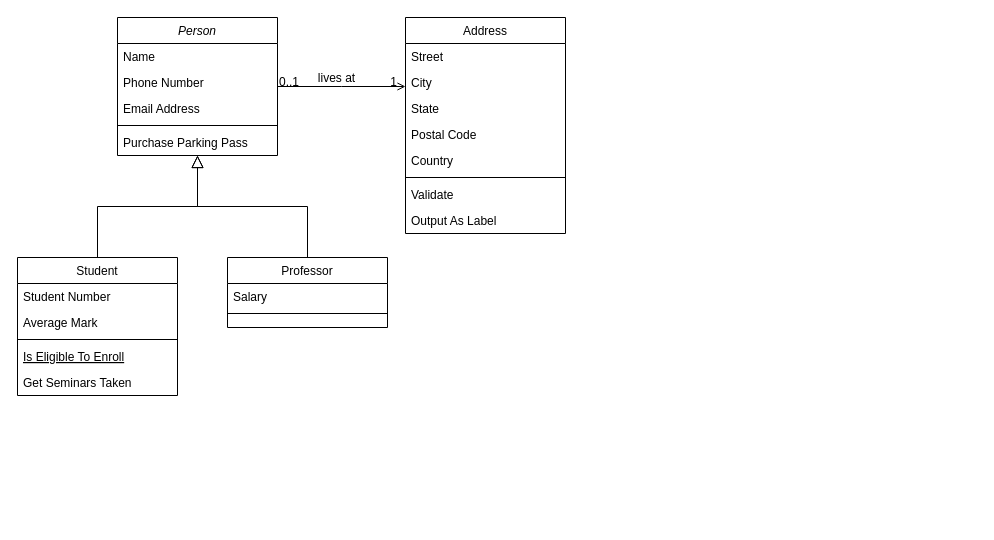
linking314/hello-world keeps this draw.io diagram as Melee.drawio. Above is the earlier version. Source tidied: cells renumbered, new cells numbered last; positions are measured from the earlier drawing's top-left corner, leaving out a move shared by most shapes. Both pictures are drawn from the tidied source at 100%, with x=0, y=0 at pixel (17, 17).
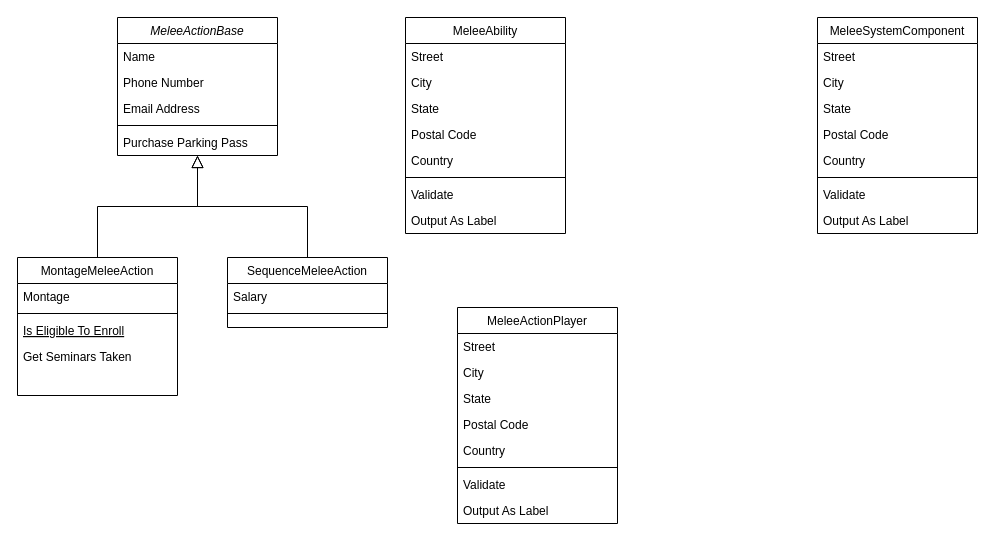
The same diagram, later.

Change to the diagram source:
```diff
@@
-    <mxCell id="2" value="Person" style="swimlane;fontStyle=2;align=center;verticalAlign=top;horizontal=1;startSize=26;rounded=0;shadow=0;strokeWidth=1;" parent="1" vertex="1">
+    <mxCell id="2" value="MeleeActionBase" style="swimlane;fontStyle=2;align=center;verticalAlign=top;horizontal=1;startSize=26;rounded=0;shadow=0;strokeWidth=1;" parent="1" vertex="1">
       <mxGeometry x="100" width="160" height="138" as="geometry" />
     </mxCell>
@@
-    <mxCell id="8" value="Student" style="swimlane;fontStyle=0;align=center;verticalAlign=top;horizontal=1;startSize=26;rounded=0;shadow=0;strokeWidth=1;" parent="1" vertex="1">
+    <mxCell id="8" value="MontageMeleeAction" style="swimlane;fontStyle=0;align=center;verticalAlign=top;horizontal=1;startSize=26;rounded=0;shadow=0;strokeWidth=1;" parent="1" vertex="1">
       <mxGeometry y="240" width="160" height="138" as="geometry" />
     </mxCell>
-    <mxCell id="9" value="Student Number" style="text;align=left;verticalAlign=top;spacingLeft=4;spacingRight=4;overflow=hidden;" parent="8" vertex="1">
+    <mxCell id="9" value="Montage" style="text;align=left;verticalAlign=top;spacingLeft=4;spacingRight=4;overflow=hidden;" parent="8" vertex="1">
       <mxGeometry y="26" width="160" height="26" as="geometry" />
     </mxCell>
-    <mxCell id="10" value="Average Mark" style="text;align=left;verticalAlign=top;spacingLeft=4;spacingRight=4;overflow=hidden;rounded=0;shadow=0;html=0;" parent="8" vertex="1">
-      <mxGeometry y="52" width="160" height="26" as="geometry" />
-    </mxCell>
     <mxCell id="11" style="line;html=1;strokeWidth=1;align=left;verticalAlign=middle;spacingTop=-1;spacingLeft=3;spacingRight=3;labelPosition=right;" parent="8" vertex="1">
-      <mxGeometry y="78" width="160" height="8" as="geometry" />
+      <mxGeometry y="52" width="160" height="8" as="geometry" />
     </mxCell>
     <mxCell id="12" value="Is Eligible To Enroll" style="text;align=left;verticalAlign=top;spacingLeft=4;spacingRight=4;overflow=hidden;fontStyle=4;" parent="8" vertex="1">
-      <mxGeometry y="86" width="160" height="26" as="geometry" />
+      <mxGeometry y="60" width="160" height="26" as="geometry" />
     </mxCell>
     <mxCell id="13" value="Get Seminars Taken" style="text;align=left;verticalAlign=top;spacingLeft=4;spacingRight=4;overflow=hidden;" parent="8" vertex="1">
-      <mxGeometry y="112" width="160" height="26" as="geometry" />
+      <mxGeometry y="86" width="160" height="26" as="geometry" />
     </mxCell>
@@
-    <mxCell id="15" value="Professor" style="swimlane;fontStyle=0;align=center;verticalAlign=top;horizontal=1;startSize=26;rounded=0;shadow=0;strokeWidth=1;" parent="1" vertex="1">
+    <mxCell id="15" value="SequenceMeleeAction" style="swimlane;fontStyle=0;align=center;verticalAlign=top;horizontal=1;startSize=26;rounded=0;shadow=0;strokeWidth=1;" parent="1" vertex="1">
       <mxGeometry x="210" y="240" width="160" height="70" as="geometry" />
     </mxCell>
@@
-    <mxCell id="19" value="Address" style="swimlane;fontStyle=0;align=center;verticalAlign=top;horizontal=1;startSize=26;rounded=0;shadow=0;strokeWidth=1;" parent="1" vertex="1">
+    <mxCell id="19" value="MeleeAbility" style="swimlane;fontStyle=0;align=center;verticalAlign=top;horizontal=1;startSize=26;rounded=0;shadow=0;strokeWidth=1;" parent="1" vertex="1">
       <mxGeometry x="388" width="160" height="216" as="geometry" />
     </mxCell>
@@
-    <mxCell id="28" style="endArrow=open;shadow=0;strokeWidth=1;rounded=0;endFill=1;edgeStyle=elbowEdgeStyle;elbow=vertical;" parent="1" edge="1" source="2" target="19">
-      <mxGeometry x="0.5" y="41" relative="1" as="geometry">
-        <mxPoint x="-40" y="32" as="offset" />
-      </mxGeometry>
-    </mxCell>
-    <mxCell id="29" value="0..1" style="align=left;verticalAlign=bottom;labelBackgroundColor=none;fontSize=12;" parent="28" vertex="1">
-      <mxGeometry x="-1" relative="1" as="geometry">
-        <mxPoint y="4" as="offset" />
-      </mxGeometry>
-    </mxCell>
-    <mxCell id="30" value="1" style="align=right;verticalAlign=bottom;labelBackgroundColor=none;fontSize=12;" parent="28" vertex="1">
-      <mxGeometry x="1" relative="1" as="geometry">
-        <mxPoint x="-7" y="4" as="offset" />
-      </mxGeometry>
-    </mxCell>
-    <mxCell id="31" value="lives at" style="text;html=1;align=center;verticalAlign=middle;labelBackgroundColor=none;rounded=0;shadow=0;strokeWidth=1;fontSize=12;" parent="28" vertex="1">
-      <mxGeometry x="0.5" y="49" relative="1" as="geometry">
-        <mxPoint x="-38" y="40" as="offset" />
-      </mxGeometry>
-    </mxCell>
+    <mxCell id="32" value="MeleeActionPlayer" style="swimlane;fontStyle=0;align=center;verticalAlign=top;horizontal=1;startSize=26;rounded=0;shadow=0;strokeWidth=1;" parent="1" vertex="1">
+      <mxGeometry x="440" y="290" width="160" height="216" as="geometry" />
+    </mxCell>
+    <mxCell id="33" value="Street" style="text;align=left;verticalAlign=top;spacingLeft=4;spacingRight=4;overflow=hidden;" parent="32" vertex="1">
+      <mxGeometry y="26" width="160" height="26" as="geometry" />
+    </mxCell>
+    <mxCell id="34" value="City" style="text;align=left;verticalAlign=top;spacingLeft=4;spacingRight=4;overflow=hidden;rounded=0;shadow=0;html=0;" parent="32" vertex="1">
+      <mxGeometry y="52" width="160" height="26" as="geometry" />
+    </mxCell>
+    <mxCell id="35" value="State" style="text;align=left;verticalAlign=top;spacingLeft=4;spacingRight=4;overflow=hidden;rounded=0;shadow=0;html=0;" parent="32" vertex="1">
+      <mxGeometry y="78" width="160" height="26" as="geometry" />
+    </mxCell>
+    <mxCell id="36" value="Postal Code" style="text;align=left;verticalAlign=top;spacingLeft=4;spacingRight=4;overflow=hidden;rounded=0;shadow=0;html=0;" parent="32" vertex="1">
+      <mxGeometry y="104" width="160" height="26" as="geometry" />
+    </mxCell>
+    <mxCell id="37" value="Country" style="text;align=left;verticalAlign=top;spacingLeft=4;spacingRight=4;overflow=hidden;rounded=0;shadow=0;html=0;" parent="32" vertex="1">
+      <mxGeometry y="130" width="160" height="26" as="geometry" />
+    </mxCell>
+    <mxCell id="38" style="line;html=1;strokeWidth=1;align=left;verticalAlign=middle;spacingTop=-1;spacingLeft=3;spacingRight=3;labelPosition=right;" parent="32" vertex="1">
+      <mxGeometry y="156" width="160" height="8" as="geometry" />
+    </mxCell>
+    <mxCell id="39" value="Validate" style="text;align=left;verticalAlign=top;spacingLeft=4;spacingRight=4;overflow=hidden;" parent="32" vertex="1">
+      <mxGeometry y="164" width="160" height="26" as="geometry" />
+    </mxCell>
+    <mxCell id="40" value="Output As Label" style="text;align=left;verticalAlign=top;spacingLeft=4;spacingRight=4;overflow=hidden;" parent="32" vertex="1">
+      <mxGeometry y="190" width="160" height="26" as="geometry" />
+    </mxCell>
+    <mxCell id="41" value="MeleeSystemComponent" style="swimlane;fontStyle=0;align=center;verticalAlign=top;horizontal=1;startSize=26;rounded=0;shadow=0;strokeWidth=1;" parent="1" vertex="1">
+      <mxGeometry x="800" width="160" height="216" as="geometry" />
+    </mxCell>
+    <mxCell id="42" value="Street" style="text;align=left;verticalAlign=top;spacingLeft=4;spacingRight=4;overflow=hidden;" parent="41" vertex="1">
+      <mxGeometry y="26" width="160" height="26" as="geometry" />
+    </mxCell>
+    <mxCell id="43" value="City" style="text;align=left;verticalAlign=top;spacingLeft=4;spacingRight=4;overflow=hidden;rounded=0;shadow=0;html=0;" parent="41" vertex="1">
+      <mxGeometry y="52" width="160" height="26" as="geometry" />
+    </mxCell>
+    <mxCell id="44" value="State" style="text;align=left;verticalAlign=top;spacingLeft=4;spacingRight=4;overflow=hidden;rounded=0;shadow=0;html=0;" parent="41" vertex="1">
+      <mxGeometry y="78" width="160" height="26" as="geometry" />
+    </mxCell>
+    <mxCell id="45" value="Postal Code" style="text;align=left;verticalAlign=top;spacingLeft=4;spacingRight=4;overflow=hidden;rounded=0;shadow=0;html=0;" parent="41" vertex="1">
+      <mxGeometry y="104" width="160" height="26" as="geometry" />
+    </mxCell>
+    <mxCell id="46" value="Country" style="text;align=left;verticalAlign=top;spacingLeft=4;spacingRight=4;overflow=hidden;rounded=0;shadow=0;html=0;" parent="41" vertex="1">
+      <mxGeometry y="130" width="160" height="26" as="geometry" />
+    </mxCell>
+    <mxCell id="47" style="line;html=1;strokeWidth=1;align=left;verticalAlign=middle;spacingTop=-1;spacingLeft=3;spacingRight=3;labelPosition=right;" parent="41" vertex="1">
+      <mxGeometry y="156" width="160" height="8" as="geometry" />
+    </mxCell>
+    <mxCell id="48" value="Validate" style="text;align=left;verticalAlign=top;spacingLeft=4;spacingRight=4;overflow=hidden;" parent="41" vertex="1">
+      <mxGeometry y="164" width="160" height="26" as="geometry" />
+    </mxCell>
+    <mxCell id="49" value="Output As Label" style="text;align=left;verticalAlign=top;spacingLeft=4;spacingRight=4;overflow=hidden;" parent="41" vertex="1">
+      <mxGeometry y="190" width="160" height="26" as="geometry" />
+    </mxCell>
```
